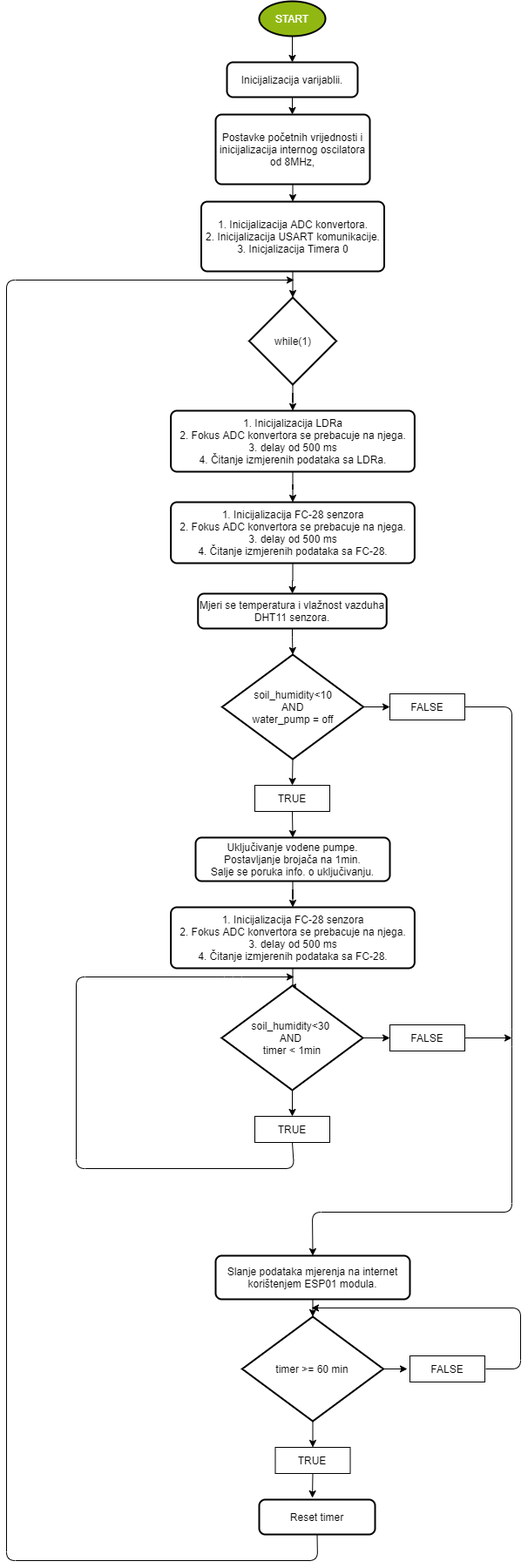
Before: Flowchart Diagram.png, a diagram exported from draw.io (cicada19/MIPS-Projekat). Source tidied: cells renumbered, new cells last; positions are measured from the earlier drawing's top-left corner, leaving out a move shared by most shapes.
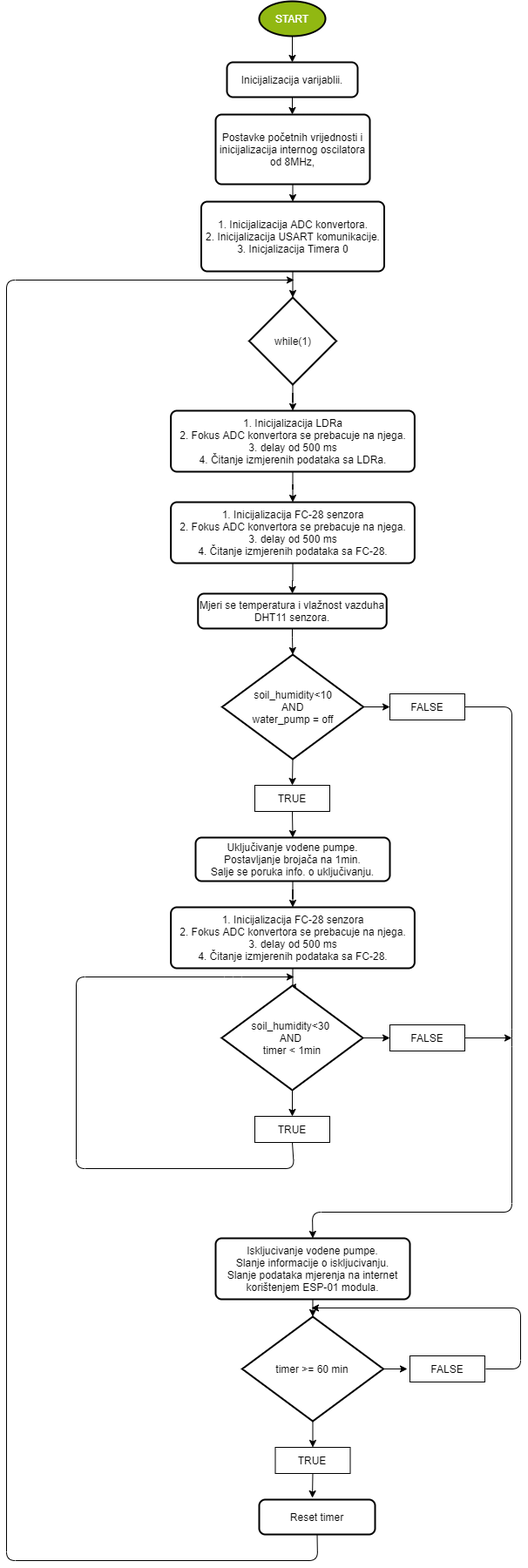
The same diagram one commit later.

The edit, as a diff of the source:
```diff
@@ -128,8 +128,8 @@
         </Array>
       </mxGeometry>
     </mxCell>
-    <mxCell id="36" value="&lt;font color=&quot;#000000&quot;&gt;Slanje podataka mjerenja na internet korištenjem ESP01 modula.&lt;br&gt;&lt;/font&gt;" style="rounded=1;whiteSpace=wrap;html=1;absoluteArcSize=1;arcSize=14;strokeWidth=2;fillColor=#FFFFFF;fontColor=#FFFFFF;" parent="1" vertex="1">
-      <mxGeometry x="240" y="1440" width="223" height="50" as="geometry" />
+    <mxCell id="36" value="&lt;font color=&quot;#000000&quot;&gt;Iskljucivanje vodene pumpe.&lt;br&gt;Slanje informacije o iskljucivanju.&lt;br&gt;Slanje podataka mjerenja na internet korištenjem ESP-01 modula.&lt;br&gt;&lt;/font&gt;" style="rounded=1;whiteSpace=wrap;html=1;absoluteArcSize=1;arcSize=14;strokeWidth=2;fillColor=#FFFFFF;fontColor=#FFFFFF;" parent="1" vertex="1">
+      <mxGeometry x="240" y="1420" width="223" height="70" as="geometry" />
     </mxCell>
     <mxCell id="37" value="timer &amp;gt;= 60 min" style="strokeWidth=2;html=1;shape=mxgraph.flowchart.decision;whiteSpace=wrap;fillColor=#FFFFFF;fontColor=#000000;" parent="1" vertex="1">
       <mxGeometry x="270.5" y="1510" width="162" height="120" as="geometry" />
```
